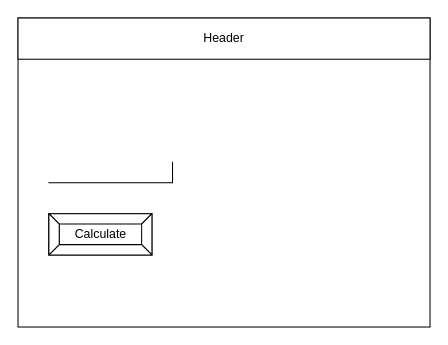
Before: design/story-board.drawio in Justin-Lavoie16/Unit-3-03-JS, a draw.io diagram. Source tidied: cells renumbered, new cells numbered last; positions are measured from the earlier drawing's top-left corner, leaving out a move shared by most shapes. Both pictures are drawn from the tidied source at 103%, with x=0, y=0 at pixel (18, 18).
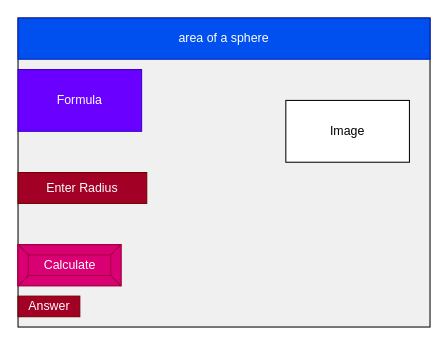
After the change.

What changed in the source:
```diff
@@
 <mxGraphModel>
   <root>
     <mxCell id="0" />
     <mxCell id="1" parent="0" />
-    <mxCell id="2" style="rounded=0;whiteSpace=wrap;html=1;" parent="1" vertex="1">
+    <mxCell id="2" style="rounded=0;whiteSpace=wrap;html=1;fillColor=#F0F0F0;" parent="1" vertex="1">
       <mxGeometry width="400" height="300" as="geometry" />
     </mxCell>
-    <mxCell id="3" value="Header" style="rounded=0;whiteSpace=wrap;html=1;" parent="1" vertex="1">
+    <mxCell id="3" value="area of a sphere" style="rounded=0;whiteSpace=wrap;html=1;fillColor=#0050ef;fontColor=#ffffff;strokeColor=#001DBC;" parent="1" vertex="1">
       <mxGeometry width="400" height="40" as="geometry" />
     </mxCell>
-    <mxCell id="4" style="shape=partialRectangle;whiteSpace=wrap;html=1;top=0;left=0;fillColor=none;" parent="1" vertex="1">
-      <mxGeometry x="30" y="140" width="120" height="20" as="geometry" />
-    </mxCell>
-    <mxCell id="5" value="Calculate" style="labelPosition=center;verticalLabelPosition=middle;align=center;html=1;shape=mxgraph.basic.button;dx=10;" parent="1" vertex="1">
-      <mxGeometry x="30" y="190" width="100" height="40" as="geometry" />
+    <mxCell id="5" value="Calculate" style="labelPosition=center;verticalLabelPosition=middle;align=center;html=1;shape=mxgraph.basic.button;dx=10;fillColor=#d80073;fontColor=#ffffff;strokeColor=#A50040;" parent="1" vertex="1">
+      <mxGeometry y="220" width="100" height="40" as="geometry" />
     </mxCell>
+    <mxCell id="6" value="Image&lt;br&gt;" style="whiteSpace=wrap;html=1;" parent="1" vertex="1">
+      <mxGeometry x="260" y="80" width="120" height="60" as="geometry" />
+    </mxCell>
+    <mxCell id="7" value="Formula" style="whiteSpace=wrap;html=1;fillColor=#6a00ff;fontColor=#ffffff;strokeColor=#3700CC;" parent="1" vertex="1">
+      <mxGeometry y="50" width="120" height="60" as="geometry" />
+    </mxCell>
+    <mxCell id="8" value="Answer" style="text;html=1;align=center;verticalAlign=middle;fillColor=#a20025;strokeColor=#6F0000;rounded=0;fontColor=#ffffff;" parent="1" vertex="1">
+      <mxGeometry y="270" width="60" height="20" as="geometry" />
+    </mxCell>
+    <mxCell id="9" value="Enter Radius" style="whiteSpace=wrap;html=1;fillColor=#a20025;fontColor=#ffffff;strokeColor=#6F0000;" parent="1" vertex="1">
+      <mxGeometry y="150" width="125" height="30" as="geometry" />
+    </mxCell>
   </root>
 </mxGraphModel>
```
